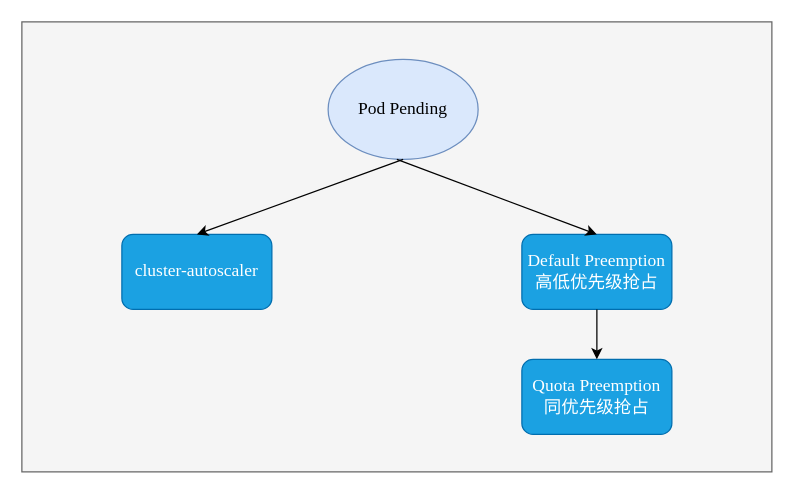
Earlier version of the draw.io diagram preemption.drawio (YanshanSong/draw.io). Source tidied: cells renumbered, new cells numbered last; positions are measured from the earlier drawing's top-left corner, leaving out a move shared by most shapes. Both pictures are drawn from the tidied source at 125%, with x=0, y=0 at pixel (21, 21).
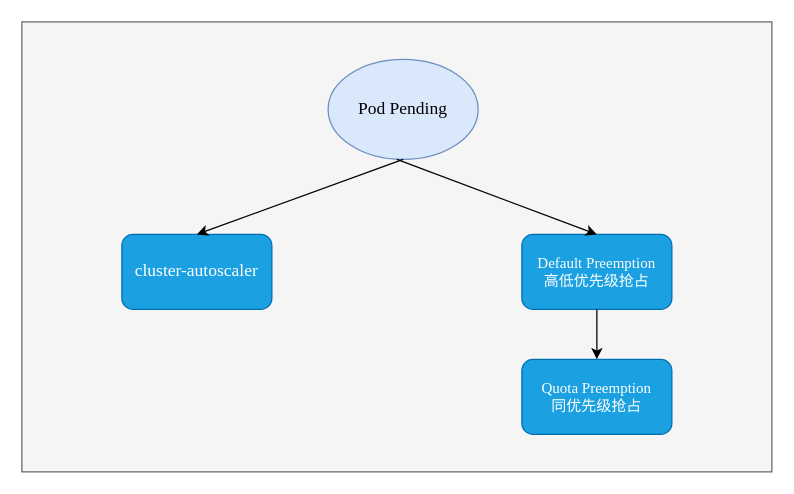
After the change.

The edit, as a diff of the source:
```diff
@@
 <mxGraphModel>
   <root>
     <mxCell id="0" />
     <mxCell id="1" parent="0" />
     <mxCell id="2" style="rounded=0;whiteSpace=wrap;html=1;fillColor=#f5f5f5;fontColor=#333333;strokeColor=#666666;" parent="1" vertex="1">
       <mxGeometry width="600" height="360" as="geometry" />
     </mxCell>
     <mxCell id="3" value="&lt;font style=&quot;font-size: 14px;&quot; face=&quot;Times New Roman&quot;&gt;Pod Pending&lt;/font&gt;" style="ellipse;whiteSpace=wrap;html=1;fillColor=#dae8fc;strokeColor=#6c8ebf;" parent="1" vertex="1">
       <mxGeometry x="245" y="30" width="120" height="80" as="geometry" />
     </mxCell>
     <mxCell id="4" value="&lt;font face=&quot;Times New Roman&quot; style=&quot;font-size: 14px;&quot;&gt;cluster-autoscaler&lt;/font&gt;" style="rounded=1;whiteSpace=wrap;html=1;fillColor=#1ba1e2;strokeColor=#006EAF;fontColor=#ffffff;" parent="1" vertex="1">
       <mxGeometry x="80" y="170" width="120" height="60" as="geometry" />
     </mxCell>
-    <mxCell id="5" value="Default Preemption&lt;br&gt;高低优先级抢占" style="rounded=1;whiteSpace=wrap;html=1;fontFamily=Times New Roman;fontSize=14;fontColor=#ffffff;fillColor=#1ba1e2;strokeColor=#006EAF;" parent="1" vertex="1">
+    <mxCell id="5" value="Default Preemption&lt;br style=&quot;font-size: 12px;&quot;&gt;高低优先级抢占" style="rounded=1;whiteSpace=wrap;html=1;fontFamily=Times New Roman;fontSize=12;fontColor=#ffffff;fillColor=#1ba1e2;strokeColor=#006EAF;" parent="1" vertex="1">
       <mxGeometry x="400" y="170" width="120" height="60" as="geometry" />
     </mxCell>
-    <mxCell id="6" value="Quota Preemption&lt;br&gt;同优先级抢占" style="rounded=1;whiteSpace=wrap;html=1;fontFamily=Times New Roman;fontSize=14;fontColor=#ffffff;fillColor=#1ba1e2;strokeColor=#006EAF;" parent="1" vertex="1">
+    <mxCell id="6" value="Quota Preemption&lt;br style=&quot;font-size: 12px;&quot;&gt;同优先级抢占" style="rounded=1;whiteSpace=wrap;html=1;fontFamily=Times New Roman;fontSize=12;fontColor=#ffffff;fillColor=#1ba1e2;strokeColor=#006EAF;" parent="1" vertex="1">
       <mxGeometry x="400" y="270" width="120" height="60" as="geometry" />
     </mxCell>
     <mxCell id="7" style="endArrow=classic;html=1;rounded=0;fontFamily=Times New Roman;fontSize=14;fontColor=#000000;exitX=0.5;exitY=1;exitDx=0;exitDy=0;entryX=0.5;entryY=0;entryDx=0;entryDy=0;" parent="1" edge="1" source="3" target="4">
       <mxGeometry relative="1" as="geometry" />
     </mxCell>
     <mxCell id="8" style="endArrow=classic;html=1;rounded=0;fontFamily=Times New Roman;fontSize=14;fontColor=#000000;entryX=0.5;entryY=0;entryDx=0;entryDy=0;" parent="1" edge="1" target="5">
       <mxGeometry relative="1" as="geometry">
         <mxPoint x="300" y="110" as="sourcePoint" />
       </mxGeometry>
     </mxCell>
     <mxCell id="9" style="endArrow=classic;html=1;rounded=0;fontFamily=Times New Roman;fontSize=14;fontColor=#000000;exitX=0.5;exitY=1;exitDx=0;exitDy=0;" parent="1" edge="1" source="5" target="6">
       <mxGeometry relative="1" as="geometry" />
     </mxCell>
   </root>
 </mxGraphModel>
```
